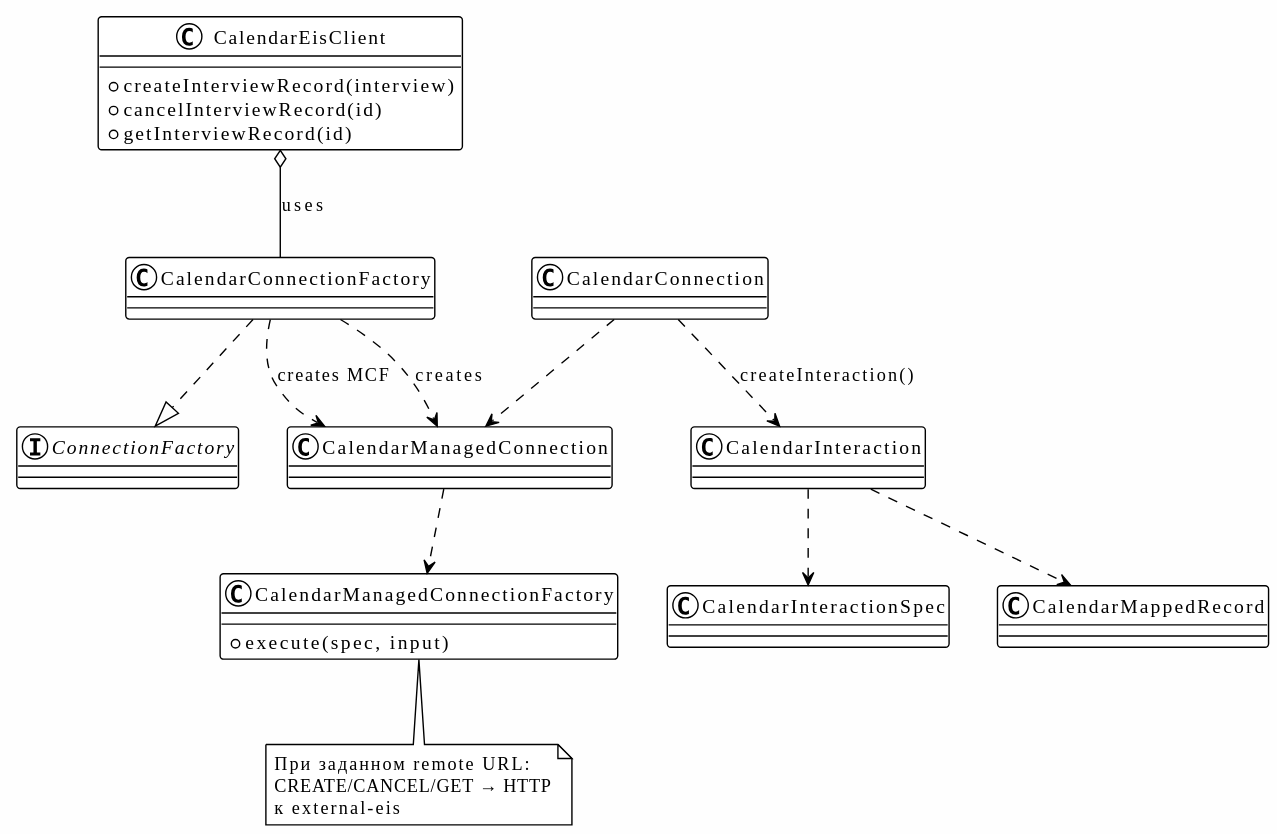
This is report/diagrams/classes_jca.svg from msuny-c/hh-process, a PlantUML export, as it was before one commit. Its diagram source:
```plantuml
@startuml
!theme plain
skinparam backgroundColor #FEFEFE

class CalendarEisClient {
  +createInterviewRecord(interview)
  +cancelInterviewRecord(id)
  +getInterviewRecord(id)
}

interface ConnectionFactory
class CalendarConnectionFactory
class CalendarConnection
class CalendarInteraction
class CalendarInteractionSpec
class CalendarMappedRecord
class CalendarManagedConnectionFactory {
  +execute(spec, input)
}
class CalendarManagedConnection

CalendarEisClient o-- CalendarConnectionFactory : uses
CalendarConnectionFactory ..|> ConnectionFactory
CalendarConnectionFactory ..> CalendarManagedConnection : creates MCF
CalendarConnectionFactory ..> CalendarManagedConnection : creates
CalendarManagedConnection ..> CalendarManagedConnectionFactory
CalendarConnection ..> CalendarManagedConnection
CalendarConnection ..> CalendarInteraction : createInteraction()
CalendarInteraction ..> CalendarInteractionSpec
CalendarInteraction ..> CalendarMappedRecord

note bottom of CalendarManagedConnectionFactory
  При заданном remote URL:
  CREATE/CANCEL/GET → HTTP
  к external-eis
end note
@enduml
```
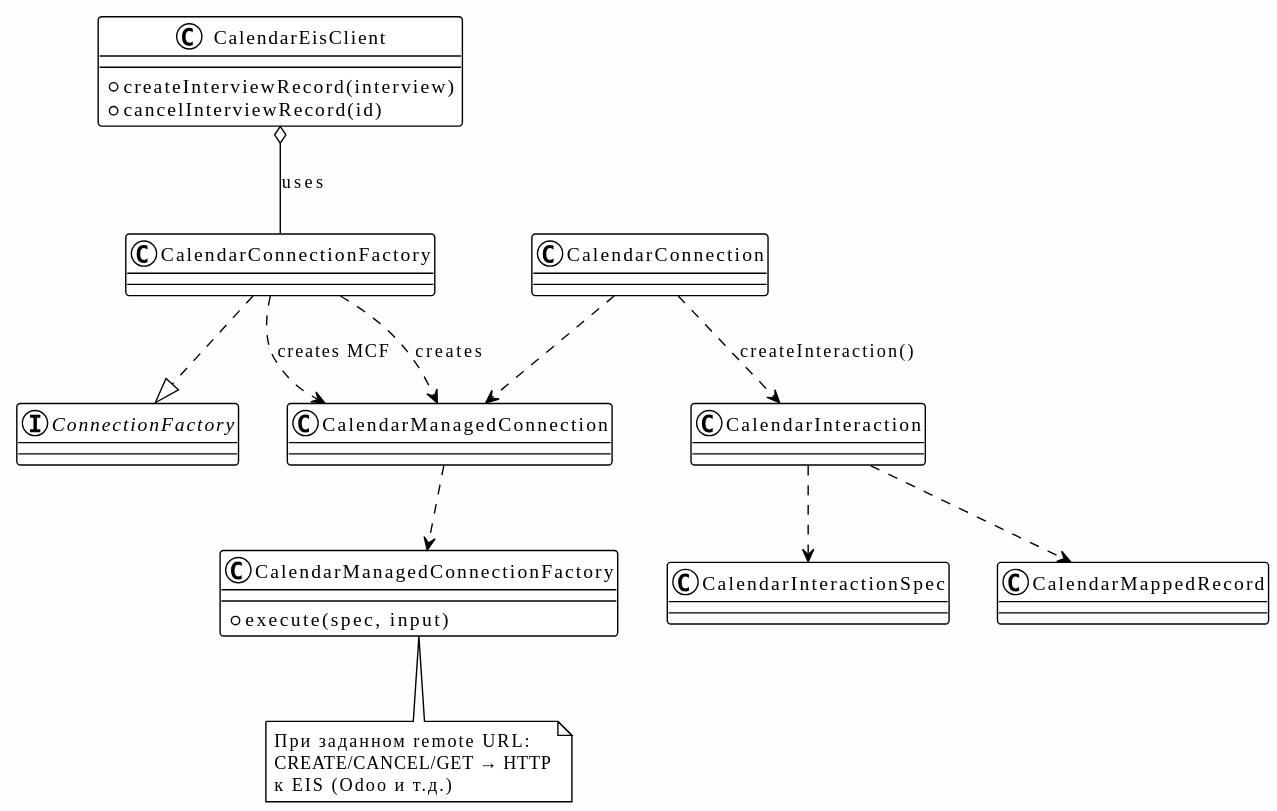
Above is the later version.

Diff of the diagram source:
```diff
@@ -5,7 +5,6 @@
 class CalendarEisClient {
   +createInterviewRecord(interview)
   +cancelInterviewRecord(id)
-  +getInterviewRecord(id)
 }
 
 interface ConnectionFactory
@@ -32,6 +31,6 @@
 note bottom of CalendarManagedConnectionFactory
   При заданном remote URL:
   CREATE/CANCEL/GET → HTTP
-  к external-eis
+  к EIS (Odoo и т.д.)
 end note
 @enduml
```
